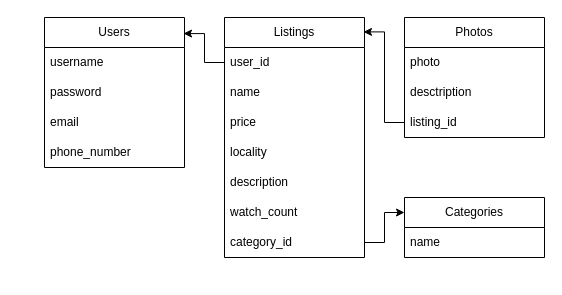
Above: database/BazarDatabase.drawio in Kolby11/Bazar-WebApplication-Backend (draw.io), before the change. Source tidied: cells renumbered, new cells numbered last; positions are measured from the earlier drawing's top-left corner, leaving out a move shared by most shapes. Both pictures are drawn from the tidied source at 100%, with x=0, y=0 at pixel (44, 17).
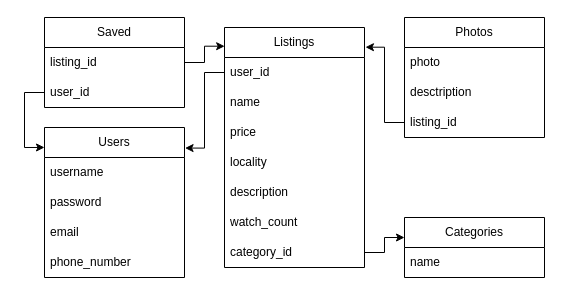
The same diagram, later.

Commit message (it also covers changes not shown here):
added saved listings table to database

Unchanged cells that the change refers to:
```xml
<mxCell id="5" value="user_id" style="text;strokeColor=none;fillColor=none;align=left;verticalAlign=middle;spacingLeft=4;spacingRight=4;overflow=hidden;points=[[0,0.5],[1,0.5]];portConstraint=eastwest;whiteSpace=wrap;html=1;" parent="4" vertex="1">
  <mxGeometry y="30" width="140" height="30" as="geometry" />
</mxCell>
<mxCell id="11" value="category_id" style="text;html=1;strokeColor=none;fillColor=none;align=left;verticalAlign=middle;whiteSpace=wrap;rounded=0;spacingLeft=4;spacingRight=4;" parent="4" vertex="1">
  <mxGeometry y="210" width="140" height="30" as="geometry" />
</mxCell>
<mxCell id="20" value="listing_id" style="text;strokeColor=none;fillColor=none;align=left;verticalAlign=middle;spacingLeft=4;spacingRight=4;overflow=hidden;points=[[0,0.5],[1,0.5]];portConstraint=eastwest;whiteSpace=wrap;html=1;" parent="17" vertex="1">
  <mxGeometry y="90" width="140" height="30" as="geometry" />
</mxCell>
```

Change to the diagram source:
```diff
@@
     <mxCell id="2" value="Categories" style="swimlane;fontStyle=0;horizontal=1;startSize=30;whiteSpace=wrap;html=1;" parent="1" vertex="1">
-      <mxGeometry x="360" y="180" width="140" height="60" as="geometry" />
+      <mxGeometry x="360" y="200" width="140" height="60" as="geometry" />
     </mxCell>
@@
     <mxCell id="4" value="Listings" style="swimlane;fontStyle=0;horizontal=1;startSize=30;whiteSpace=wrap;html=1;" parent="1" vertex="1">
-      <mxGeometry x="180" width="140" height="240" as="geometry" />
+      <mxGeometry x="180" y="10" width="140" height="240" as="geometry" />
     </mxCell>
@@
     <mxCell id="12" value="Users" style="swimlane;fontStyle=0;horizontal=1;startSize=30;whiteSpace=wrap;html=1;" parent="1" vertex="1">
-      <mxGeometry width="140" height="150" as="geometry" />
+      <mxGeometry y="110" width="140" height="150" as="geometry" />
     </mxCell>
@@
-    <mxCell id="21" style="edgeStyle=orthogonalEdgeStyle;rounded=0;jettySize=auto;html=1;exitX=1;exitY=0.5;exitDx=0;exitDy=0;entryX=0;entryY=0.25;entryDx=0;entryDy=0;" parent="1" edge="1" source="11" target="2">
+    <mxCell id="21" style="edgeStyle=orthogonalEdgeStyle;rounded=0;jettySize=auto;html=1;exitX=1;exitY=0.5;exitDx=0;exitDy=0;" parent="1" edge="1" source="11">
       <mxGeometry relative="1" as="geometry">
+        <mxPoint x="360" y="220" as="targetPoint" />
         <Array as="points">
-          <mxPoint x="340" y="225" />
-          <mxPoint x="340" y="195" />
+          <mxPoint x="340" y="235" />
+          <mxPoint x="340" y="220" />
+          <mxPoint x="360" y="220" />
         </Array>
       </mxGeometry>
     </mxCell>
+    <mxCell id="24" value="Saved" style="swimlane;fontStyle=0;horizontal=1;startSize=30;whiteSpace=wrap;html=1;" parent="1" vertex="1">
+      <mxGeometry width="140" height="90" as="geometry" />
+    </mxCell>
+    <mxCell id="25" value="listing_id" style="text;strokeColor=none;fillColor=none;align=left;verticalAlign=middle;spacingLeft=4;spacingRight=4;overflow=hidden;points=[[0,0.5],[1,0.5]];portConstraint=eastwest;whiteSpace=wrap;html=1;" parent="24" vertex="1">
+      <mxGeometry y="30" width="140" height="30" as="geometry" />
+    </mxCell>
+    <mxCell id="26" value="user_id" style="text;strokeColor=none;fillColor=none;align=left;verticalAlign=middle;spacingLeft=4;spacingRight=4;overflow=hidden;points=[[0,0.5],[1,0.5]];portConstraint=eastwest;whiteSpace=wrap;html=1;" parent="24" vertex="1">
+      <mxGeometry y="60" width="140" height="30" as="geometry" />
+    </mxCell>
+    <mxCell id="23" style="edgeStyle=orthogonalEdgeStyle;rounded=0;jettySize=auto;html=1;entryX=1.007;entryY=0.082;entryDx=0;entryDy=0;entryPerimeter=0;" parent="1" edge="1" source="20" target="4">
+      <mxGeometry relative="1" as="geometry">
+        <Array as="points">
+          <mxPoint x="340" y="105" />
+          <mxPoint x="340" y="30" />
+        </Array>
+      </mxGeometry>
+    </mxCell>
-    <mxCell id="22" style="edgeStyle=orthogonalEdgeStyle;rounded=0;jettySize=auto;html=1;exitX=0;exitY=0.5;exitDx=0;exitDy=0;entryX=0.993;entryY=0.107;entryDx=0;entryDy=0;entryPerimeter=0;" parent="1" edge="1" source="5" target="12">
-      <mxGeometry relative="1" as="geometry" />
+    <mxCell id="22" style="edgeStyle=orthogonalEdgeStyle;rounded=0;jettySize=auto;html=1;exitX=0;exitY=0.5;exitDx=0;exitDy=0;entryX=1.004;entryY=0.137;entryDx=0;entryDy=0;entryPerimeter=0;" parent="1" edge="1" source="5" target="12">
+      <mxGeometry relative="1" as="geometry">
+        <Array as="points">
+          <mxPoint x="160" y="55" />
+          <mxPoint x="160" y="131" />
+        </Array>
+      </mxGeometry>
     </mxCell>
-    <mxCell id="23" style="edgeStyle=orthogonalEdgeStyle;rounded=0;jettySize=auto;html=1;exitX=0;exitY=0.5;exitDx=0;exitDy=0;entryX=0.993;entryY=0.06;entryDx=0;entryDy=0;entryPerimeter=0;" parent="1" edge="1" source="20" target="4">
-      <mxGeometry relative="1" as="geometry">
-        <Array as="points">
-          <mxPoint x="340" y="105" />
-          <mxPoint x="340" y="14" />
-        </Array>
-      </mxGeometry>
-    </mxCell>
+    <mxCell id="27" style="edgeStyle=orthogonalEdgeStyle;rounded=0;jettySize=auto;html=1;entryX=0;entryY=0.133;entryDx=0;entryDy=0;entryPerimeter=0;" parent="1" edge="1" source="26" target="12">
+      <mxGeometry relative="1" as="geometry">
+        <Array as="points">
+          <mxPoint x="-20" y="75" />
+          <mxPoint x="-20" y="130" />
+        </Array>
+      </mxGeometry>
+    </mxCell>
+    <mxCell id="28" style="edgeStyle=orthogonalEdgeStyle;rounded=0;jettySize=auto;html=1;entryX=0.001;entryY=0.078;entryDx=0;entryDy=0;entryPerimeter=0;" parent="1" edge="1" source="25" target="4">
+      <mxGeometry relative="1" as="geometry" />
+    </mxCell>
```
